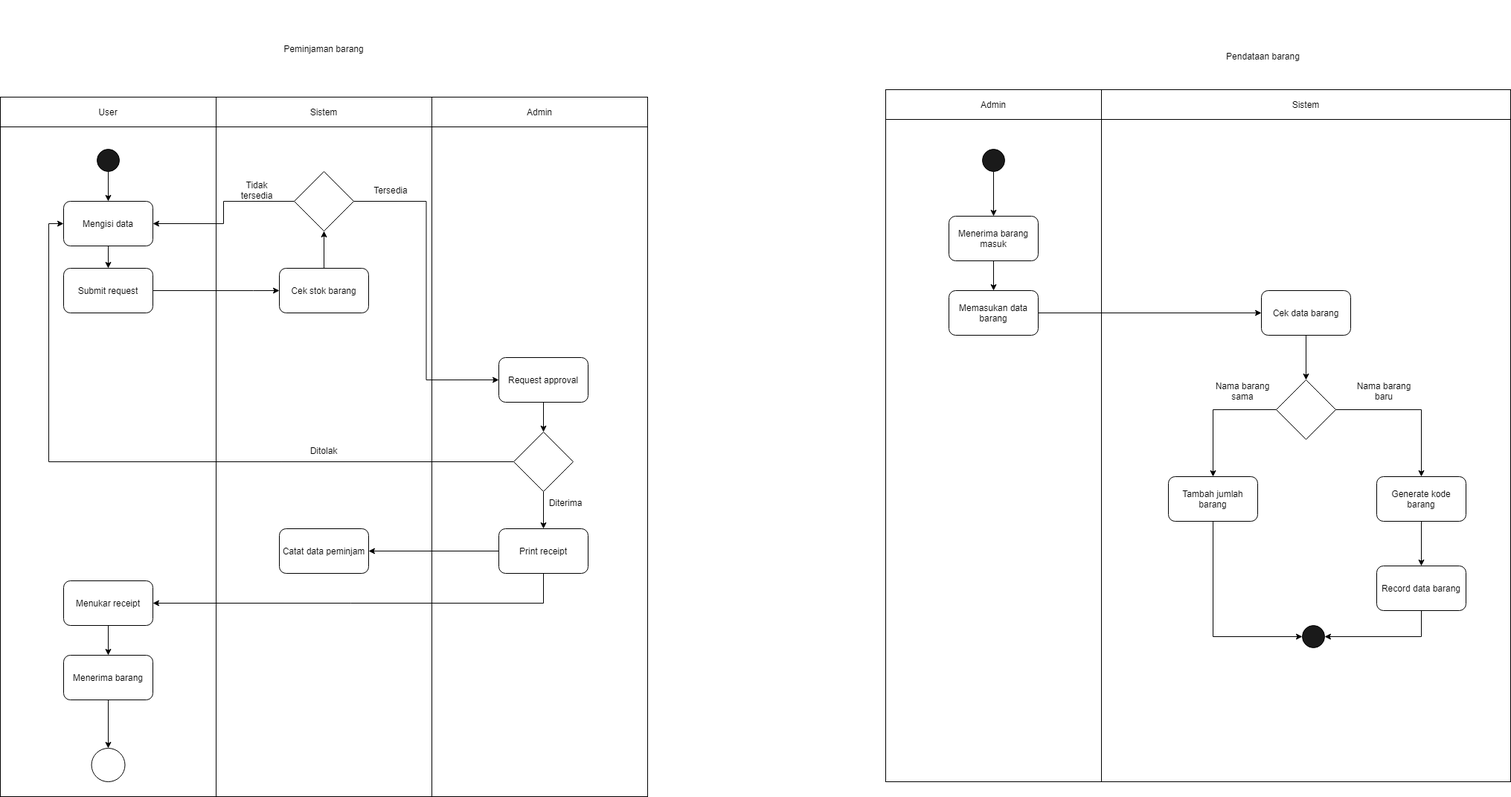
The draw.io diagram diagrams/Activity Diagram.drawio.png in johannfac/aplikasipeminjamanaset, before a commit. Source tidied: cells renumbered, new cells last; positions are measured from the earlier drawing's top-left corner, leaving out a move shared by most shapes.
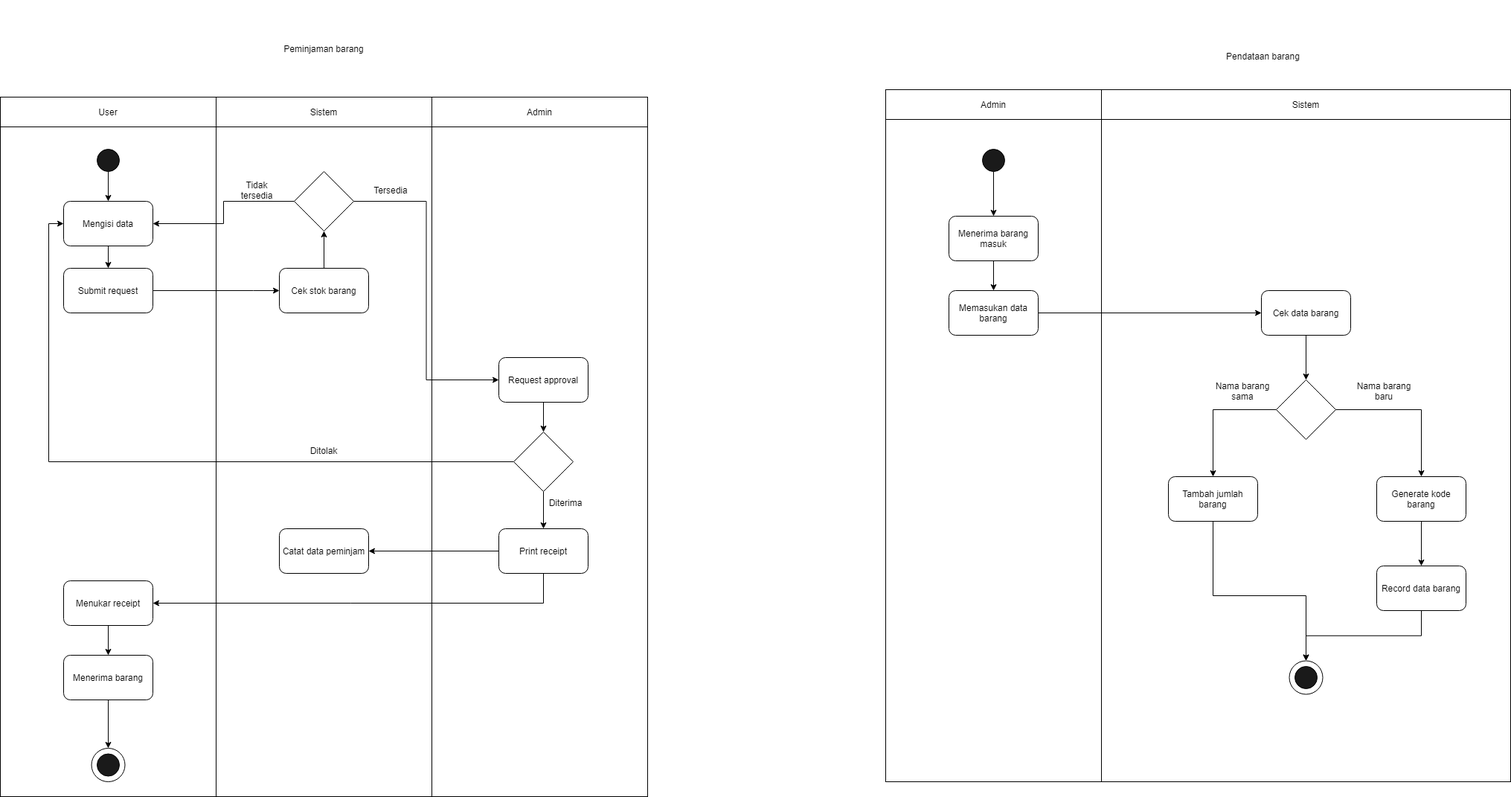
After the commit.

Diff of the diagram source:
```diff
@@ -2,6 +2,12 @@
   <root>
     <mxCell id="0" />
     <mxCell id="1" parent="0" />
+    <mxCell id="41" style="rounded=0;whiteSpace=wrap;html=1;fillColor=#FFFFFF;" parent="1" vertex="1">
+      <mxGeometry x="1480" y="160" width="550" height="890" as="geometry" />
+    </mxCell>
+    <mxCell id="64" style="ellipse;whiteSpace=wrap;html=1;" parent="1" vertex="1">
+      <mxGeometry x="1732.5" y="887.5" width="45" height="45" as="geometry" />
+    </mxCell>
     <mxCell id="2" style="rounded=0;whiteSpace=wrap;html=1;fillColor=#FFFFFF;" parent="1" vertex="1">
       <mxGeometry x="290" y="170" width="290" height="900" as="geometry" />
     </mxCell>
@@ -124,9 +130,6 @@
     <mxCell id="40" value="Sistem" style="rounded=0;whiteSpace=wrap;html=1;fillColor=#FFFFFF;" parent="1" vertex="1">
       <mxGeometry x="1480" y="120" width="550" height="40" as="geometry" />
     </mxCell>
-    <mxCell id="41" style="rounded=0;whiteSpace=wrap;html=1;fillColor=#FFFFFF;" parent="1" vertex="1">
-      <mxGeometry x="1480" y="160" width="550" height="890" as="geometry" />
-    </mxCell>
     <mxCell id="42" style="edgeStyle=orthogonalEdgeStyle;rounded=0;jettySize=auto;html=1;exitX=1;exitY=0.5;exitDx=0;exitDy=0;entryX=0;entryY=0.5;entryDx=0;entryDy=0;" parent="1" edge="1" source="43" target="45">
       <mxGeometry relative="1" as="geometry" />
     </mxCell>
@@ -139,9 +142,14 @@
     <mxCell id="45" value="Cek data barang" style="rounded=1;whiteSpace=wrap;html=1;fillColor=#FFFFFF;" parent="1" vertex="1">
       <mxGeometry x="1695" y="390" width="120" height="60" as="geometry" />
     </mxCell>
-    <mxCell id="46" style="edgeStyle=orthogonalEdgeStyle;rounded=0;jettySize=auto;html=1;exitX=0.5;exitY=1;exitDx=0;exitDy=0;entryX=0;entryY=0.5;entryDx=0;entryDy=0;" parent="1" edge="1" source="47" target="53">
-      <mxGeometry relative="1" as="geometry" />
-    </mxCell>
+    <mxCell id="65" style="edgeStyle=orthogonalEdgeStyle;rounded=0;jettySize=auto;html=1;exitX=0.5;exitY=1;exitDx=0;exitDy=0;entryX=0.5;entryY=0;entryDx=0;entryDy=0;" parent="1" edge="1" source="47" target="64">
+      <mxGeometry relative="1" as="geometry">
+        <Array as="points">
+          <mxPoint x="1630" y="800" />
+          <mxPoint x="1755" y="800" />
+        </Array>
+      </mxGeometry>
+    </mxCell>
     <mxCell id="47" value="Tambah jumlah barang" style="rounded=1;whiteSpace=wrap;html=1;fillColor=#FFFFFF;" parent="1" vertex="1">
       <mxGeometry x="1570" y="640" width="120" height="60" as="geometry" />
     </mxCell>
@@ -161,7 +169,7 @@
       <mxGeometry x="495" y="240" width="60" height="30" as="geometry" />
     </mxCell>
     <mxCell id="53" style="ellipse;whiteSpace=wrap;html=1;fillColor=#1A1A1A;" parent="1" vertex="1">
-      <mxGeometry x="1750" y="840" width="30" height="30" as="geometry" />
+      <mxGeometry x="1740" y="895" width="30" height="30" as="geometry" />
     </mxCell>
     <mxCell id="54" style="edgeStyle=orthogonalEdgeStyle;rounded=0;jettySize=auto;html=1;exitX=0.5;exitY=1;exitDx=0;exitDy=0;entryX=0.5;entryY=0;entryDx=0;entryDy=0;" parent="1" edge="1" source="55" target="62">
       <mxGeometry relative="1" as="geometry" />
@@ -188,14 +196,17 @@
         </Array>
       </mxGeometry>
     </mxCell>
-    <mxCell id="61" style="edgeStyle=orthogonalEdgeStyle;rounded=0;jettySize=auto;html=1;exitX=0.5;exitY=1;exitDx=0;exitDy=0;entryX=1;entryY=0.5;entryDx=0;entryDy=0;" parent="1" edge="1" source="62" target="53">
-      <mxGeometry relative="1" as="geometry" />
-    </mxCell>
+    <mxCell id="66" style="edgeStyle=orthogonalEdgeStyle;rounded=0;jettySize=auto;html=1;exitX=0.5;exitY=1;exitDx=0;exitDy=0;entryX=0.5;entryY=0;entryDx=0;entryDy=0;" parent="1" edge="1" source="62" target="64">
+      <mxGeometry relative="1" as="geometry" />
+    </mxCell>
     <mxCell id="62" value="Record data barang" style="rounded=1;whiteSpace=wrap;html=1;fillColor=#FFFFFF;" parent="1" vertex="1">
       <mxGeometry x="1850" y="760" width="120" height="60" as="geometry" />
     </mxCell>
     <mxCell id="63" style="ellipse;whiteSpace=wrap;html=1;" parent="1" vertex="1">
       <mxGeometry x="122.5" y="1005" width="45" height="45" as="geometry" />
     </mxCell>
+    <mxCell id="67" style="ellipse;whiteSpace=wrap;html=1;fillColor=#1A1A1A;" parent="1" vertex="1">
+      <mxGeometry x="130" y="1012.5" width="30" height="30" as="geometry" />
+    </mxCell>
   </root>
 </mxGraphModel>
```
